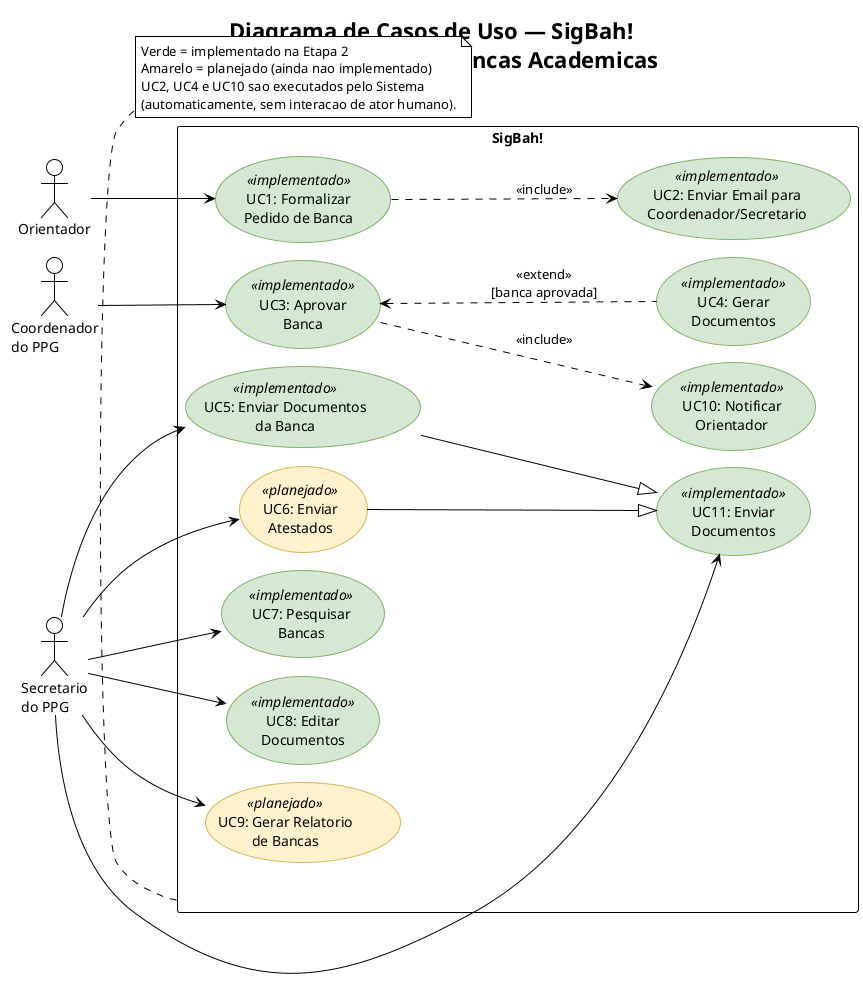
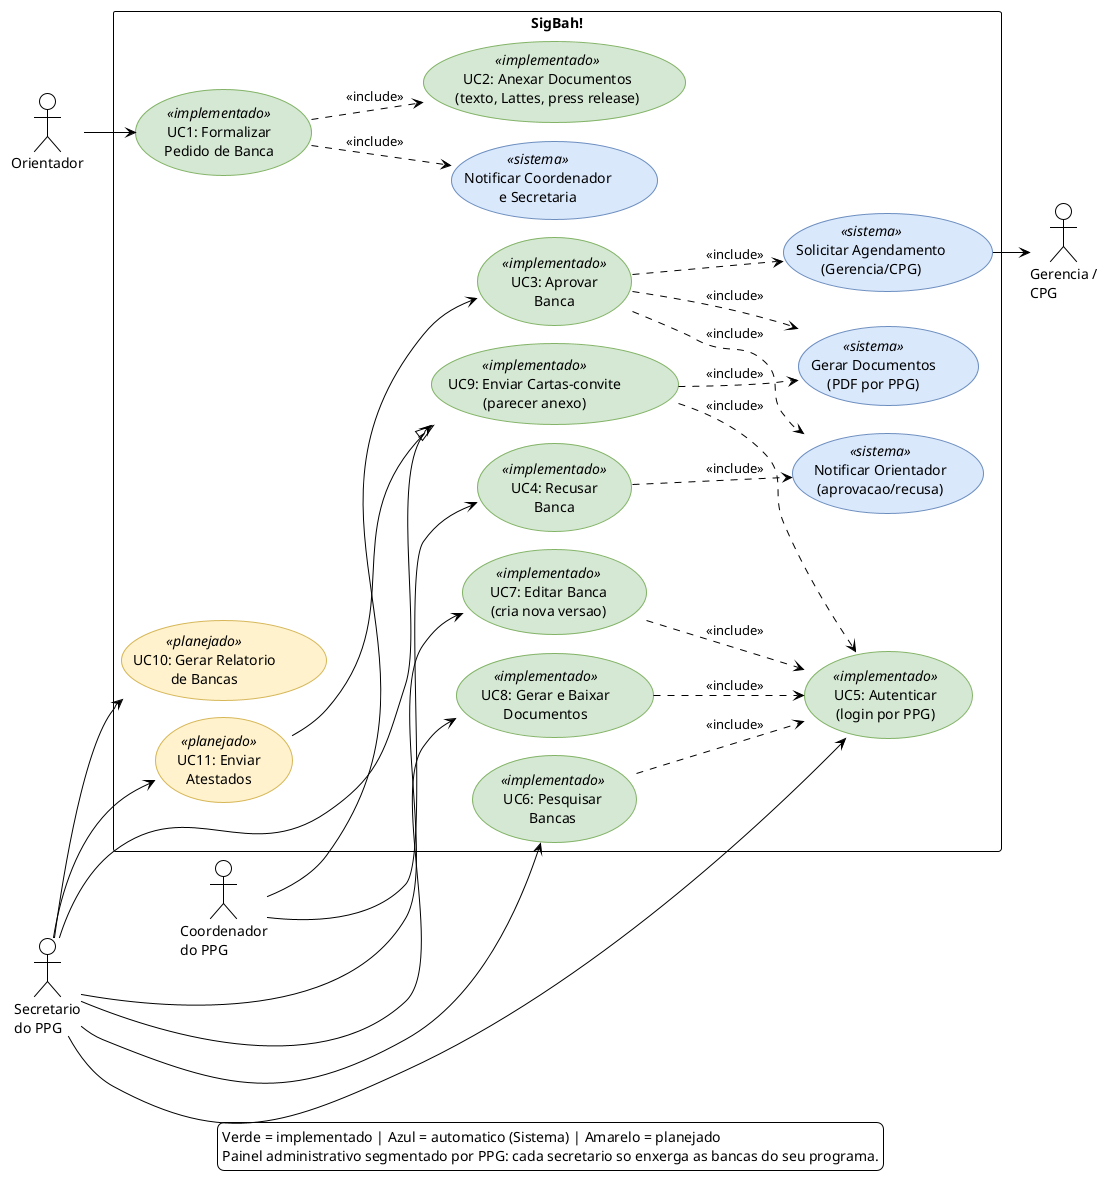
@startuml use-case-diagram
!pragma layout smetana
!theme plain
skinparam shadowing false

- title Diagrama de Casos de Uso — SigBah!\nSistema de Gestao de Bancas Academicas
+ title Diagrama de Casos de Uso — SigBah!\nSistema de Gestao de Bancas Academicas (multi-PPG: PPGFis e PPGEnFis)

left to right direction

' ============================================================
- ' ESTILOS: implementado vs planejado
+ ' ESTILOS: implementado vs planejado vs automatico
' ============================================================
skinparam usecase {
    BackgroundColor<<implementado>> #D5E8D4
    BorderColor<<implementado>> #82B366
    BackgroundColor<<planejado>> #FFF2CC
    BorderColor<<planejado>> #D6B656
+     BackgroundColor<<sistema>> #DAE8FC
+     BorderColor<<sistema>> #6C8EBF
}

' ============================================================
' ATORES
' ============================================================
actor "Orientador" as orientador
actor "Coordenador\ndo PPG" as coordenador
actor "Secretario\ndo PPG" as secretario
+ actor "Gerencia /\nCPG" as gerencia

' ============================================================
' FRONTEIRA DO SISTEMA
' ============================================================
rectangle "SigBah!" {

-     ' --- Casos de uso do Orientador ---
+     ' --- Submissao (Orientador, sem login) ---
    usecase "UC1: Formalizar\nPedido de Banca" as UC1 <<implementado>>
+     usecase "UC2: Anexar Documentos\n(texto, Lattes, press release)" as UC2 <<implementado>>

-     ' --- Casos de uso do Sistema (include/extend) ---
-     usecase "UC2: Enviar Email para\nCoordenador/Secretario" as UC2 <<implementado>>
-     usecase "UC10: Notificar\nOrientador" as UC10 <<implementado>>
-     usecase "UC4: Gerar\nDocumentos" as UC4 <<implementado>>
+     ' --- Decisao por link (Coordenador, sem login) ---
+     usecase "UC3: Aprovar\nBanca" as UC3 <<implementado>>
+     usecase "UC4: Recusar\nBanca" as UC4 <<implementado>>

-     ' --- Casos de uso do Coordenador ---
-     usecase "UC3: Aprovar\nBanca" as UC3 <<implementado>>
+     ' --- Painel administrativo (Secretario, autenticado) ---
+     usecase "UC5: Autenticar\n(login por PPG)" as UC5 <<implementado>>
+     usecase "UC6: Pesquisar\nBancas" as UC6 <<implementado>>
+     usecase "UC7: Editar Banca\n(cria nova versao)" as UC7 <<implementado>>
+     usecase "UC8: Gerar e Baixar\nDocumentos" as UC8 <<implementado>>
+     usecase "UC9: Enviar Cartas-convite\n(parecer anexo)" as UC9 <<implementado>>

-     ' --- Casos de uso do Secretario ---
-     usecase "UC5: Enviar Documentos\nda Banca" as UC5 <<implementado>>
-     usecase "UC6: Enviar\nAtestados" as UC6 <<planejado>>
-     usecase "UC7: Pesquisar\nBancas" as UC7 <<implementado>>
-     usecase "UC8: Editar\nDocumentos" as UC8 <<implementado>>
-     usecase "UC9: Gerar Relatorio\nde Bancas" as UC9 <<planejado>>
-     usecase "UC11: Enviar\nDocumentos" as UC11 <<implementado>>
+     ' --- Casos de uso automaticos (executados pelo Sistema) ---
+     usecase "Gerar Documentos\n(PDF por PPG)" as UCGEN <<sistema>>
+     usecase "Notificar Coordenador\ne Secretaria" as UCNOT <<sistema>>
+     usecase "Solicitar Agendamento\n(Gerencia/CPG)" as UCAGEN <<sistema>>
+     usecase "Notificar Orientador\n(aprovacao/recusa)" as UCORI <<sistema>>
+ 
+     ' --- Planejados ---
+     usecase "UC10: Gerar Relatorio\nde Bancas" as UC10 <<planejado>>
+     usecase "UC11: Enviar\nAtestados" as UC11 <<planejado>>
}

' ============================================================
' ASSOCIACOES ATOR <-> CASO DE USO
' ============================================================
orientador --> UC1

coordenador --> UC3
+ coordenador --> UC4

secretario --> UC5
secretario --> UC6
secretario --> UC7
secretario --> UC8
secretario --> UC9
+ secretario --> UC10
secretario --> UC11
+ 
+ ' Gerencia/CPG recebe a solicitacao de agendamento
+ UCAGEN --> gerencia

' ============================================================
' RELACIONAMENTOS ENTRE CASOS DE USO
' ============================================================

' Include
UC1 ..> UC2 : <<include>>
- UC3 ..> UC10 : <<include>>
+ UC1 ..> UCNOT : <<include>>
+ UC3 ..> UCGEN : <<include>>
+ UC3 ..> UCAGEN : <<include>>
+ UC3 ..> UCORI : <<include>>
+ UC4 ..> UCORI : <<include>>
+ UC9 ..> UCGEN : <<include>>

- ' Extend
- UC3 <.. UC4 : <<extend>>\n[banca aprovada]
+ ' Casos de uso do painel exigem autenticacao
+ UC6 ..> UC5 : <<include>>
+ UC7 ..> UC5 : <<include>>
+ UC8 ..> UC5 : <<include>>
+ UC9 ..> UC5 : <<include>>

- ' Generalizacao/Especializacao
- UC5 --|> UC11
- UC6 --|> UC11
+ ' Generalizacao: atestados sao um tipo de envio de documento ao membro
+ UC11 --|> UC9

' ============================================================
' LEGENDA
' ============================================================
- note bottom of "SigBah!"
-     Verde = implementado na Etapa 2
-     Amarelo = planejado (ainda nao implementado)
-     UC2, UC4 e UC10 sao executados pelo Sistema
-     (automaticamente, sem interacao de ator humano).
- end note
+ legend bottom
+     Verde = implementado | Azul = automatico (Sistema) | Amarelo = planejado
+     Painel administrativo segmentado por PPG: cada secretario so enxerga as bancas do seu programa.
+ endlegend

@enduml
